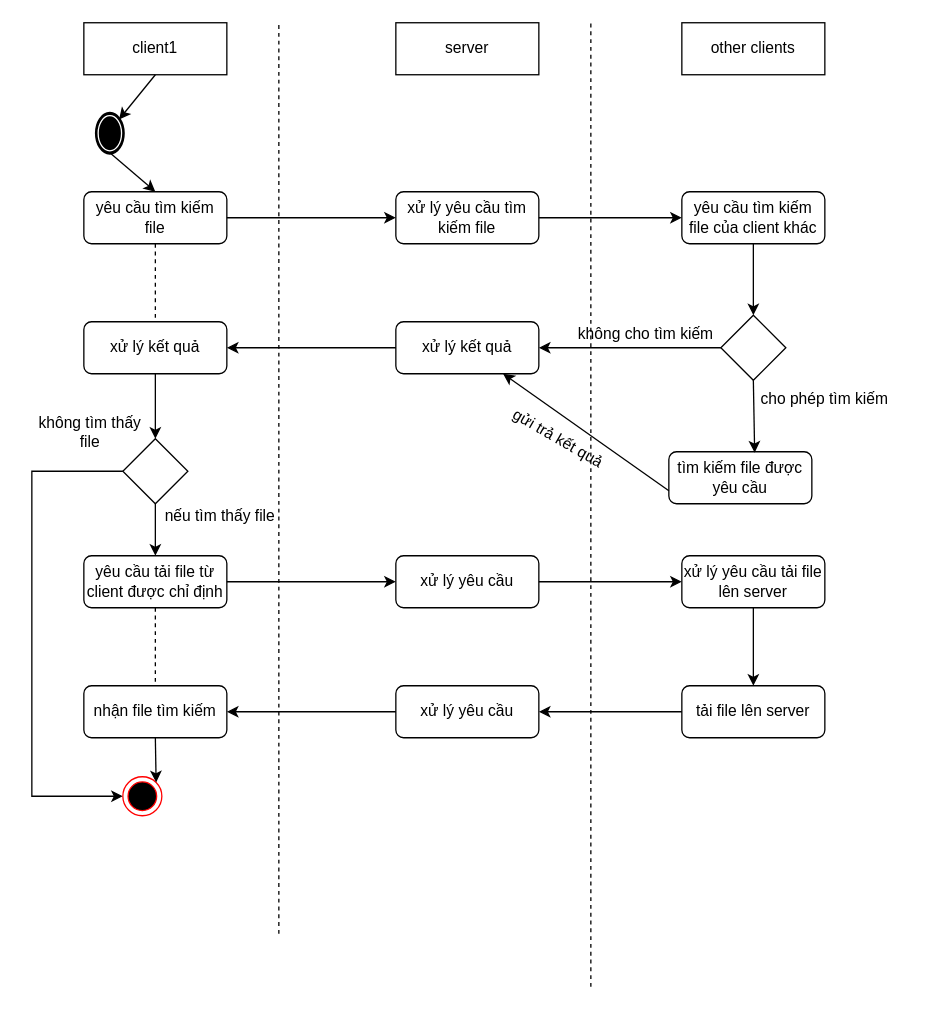
Above: page "Page-2" (2 of 3) of INFO/ltm.drawio in phamhongphuc1999/NetworkPrograming (draw.io), before the change. Source tidied: cells renumbered, new cells numbered last; positions are measured from the earlier drawing's top-left corner, leaving out a move shared by most shapes. Both pictures are drawn from the tidied source at 130%, with x=0, y=0 at pixel (31, 22).
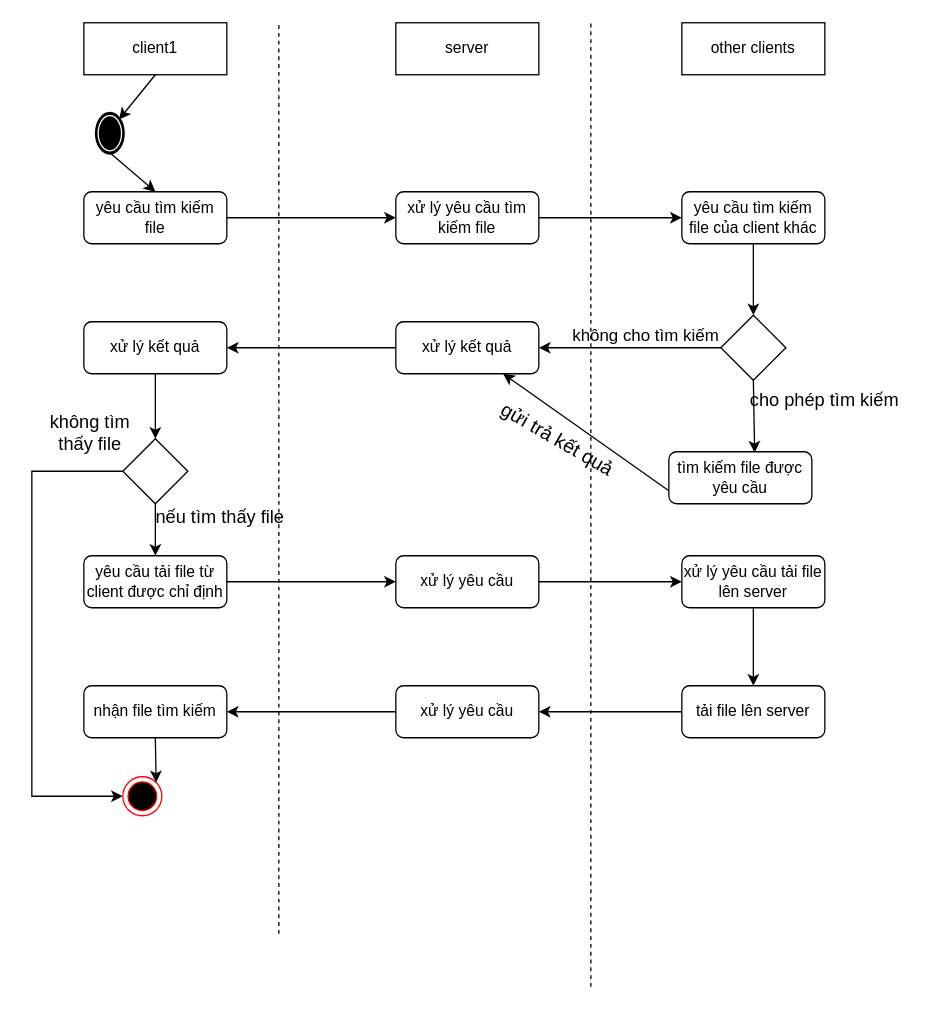
Above is the later version.

The change refers to these unchanged cells:
```xml
<mxCell id="5" value="yêu cầu tìm kiếm file" style="rounded=1;whiteSpace=wrap;html=1;" parent="1" vertex="1">
  <mxGeometry x="40" y="130" width="110" height="40" as="geometry" />
</mxCell>
<mxCell id="10" value="xử lý kết quả" style="rounded=1;whiteSpace=wrap;html=1;" parent="1" vertex="1">
  <mxGeometry x="40" y="230" width="110" height="40" as="geometry" />
</mxCell>
<mxCell id="11" value="yêu cầu tải file từ client được chỉ định" style="rounded=1;whiteSpace=wrap;html=1;" parent="1" vertex="1">
  <mxGeometry x="40" y="410" width="110" height="40" as="geometry" />
</mxCell>
<mxCell id="15" value="nhận file tìm kiếm" style="rounded=1;whiteSpace=wrap;html=1;" parent="1" vertex="1">
  <mxGeometry x="40" y="510" width="110" height="40" as="geometry" />
</mxCell>
```

Change to the diagram source:
```diff
@@
-    <mxCell id="30" style="endArrow=none;dashed=1;html=1;exitX=0.5;exitY=1;exitDx=0;exitDy=0;entryX=0.5;entryY=0;entryDx=0;entryDy=0;" parent="1" edge="1" source="5" target="10">
-      <mxGeometry relative="1" as="geometry" />
-    </mxCell>
@@
-    <mxCell id="32" style="endArrow=none;dashed=1;html=1;exitX=0.5;exitY=1;exitDx=0;exitDy=0;entryX=0.5;entryY=0;entryDx=0;entryDy=0;" parent="1" edge="1" source="11" target="15">
-      <mxGeometry relative="1" as="geometry" />
-    </mxCell>
@@
-    <mxCell id="34" value="nếu tìm thấy file" style="text;html=1;strokeColor=none;fillColor=none;align=center;verticalAlign=middle;whiteSpace=wrap;rounded=0;" parent="1" vertex="1">
+    <mxCell id="34" value="nếu tìm thấy file" style="text;html=1;strokeColor=none;fillColor=none;align=center;verticalAlign=middle;whiteSpace=wrap;rounded=0;fontSize=14;" parent="1" vertex="1">
       <mxGeometry x="80" y="370" width="130" height="20" as="geometry" />
     </mxCell>
-    <mxCell id="35" value="không tìm thấy file" style="text;html=1;strokeColor=none;fillColor=none;align=center;verticalAlign=middle;whiteSpace=wrap;rounded=0;" parent="1" vertex="1">
+    <mxCell id="35" value="không tìm thấy file" style="text;html=1;strokeColor=none;fillColor=none;align=center;verticalAlign=middle;whiteSpace=wrap;rounded=0;fontSize=14;" parent="1" vertex="1">
       <mxGeometry y="290" width="90" height="50" as="geometry" />
     </mxCell>
@@
-    <mxCell id="38" value="không cho tìm kiếm" style="text;html=1;strokeColor=none;fillColor=none;align=center;verticalAlign=middle;whiteSpace=wrap;rounded=0;fontSize=12;" parent="1" vertex="1">
+    <mxCell id="38" value="không cho tìm kiếm" style="text;html=1;strokeColor=none;fillColor=none;align=center;verticalAlign=middle;whiteSpace=wrap;rounded=0;fontSize=13;" parent="1" vertex="1">
       <mxGeometry x="415" y="230" width="115" height="20" as="geometry" />
     </mxCell>
@@
-    <mxCell id="40" value="cho phép tìm kiếm" style="text;html=1;strokeColor=none;fillColor=none;align=center;verticalAlign=middle;whiteSpace=wrap;rounded=0;fontSize=12;" parent="1" vertex="1">
+    <mxCell id="40" value="cho phép tìm kiếm" style="text;html=1;strokeColor=none;fillColor=none;align=center;verticalAlign=middle;whiteSpace=wrap;rounded=0;fontSize=14;" parent="1" vertex="1">
       <mxGeometry x="550" y="280" width="120" height="20" as="geometry" />
     </mxCell>
@@
-    <mxCell id="42" value="gửi trả kết quả" style="text;html=1;strokeColor=none;fillColor=none;align=center;verticalAlign=middle;whiteSpace=wrap;rounded=0;fontSize=12;rotation=30;" parent="1" vertex="1">
+    <mxCell id="42" value="gửi trả kết quả" style="text;html=1;strokeColor=none;fillColor=none;align=center;verticalAlign=middle;whiteSpace=wrap;rounded=0;fontSize=15;rotation=30;" parent="1" vertex="1">
       <mxGeometry x="350" y="310" width="110" height="20" as="geometry" />
     </mxCell>
```
